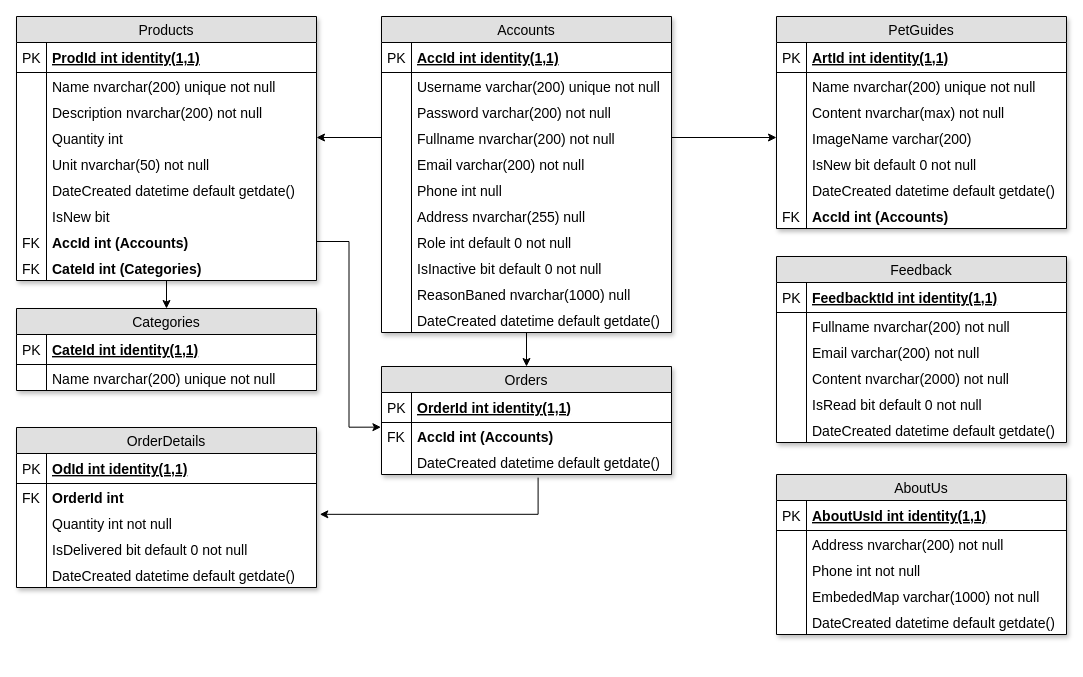
Earlier version of the draw.io diagram page "Database" (2 of 3) of PetCare-design-Phuong-PC.drawio (duyphuong403/PetCare). Source tidied: cells renumbered, new cells numbered last; positions are measured from the earlier drawing's top-left corner, leaving out a move shared by most shapes. Both pictures are drawn from the tidied source at 100%, with x=0, y=0 at pixel (16, 16).
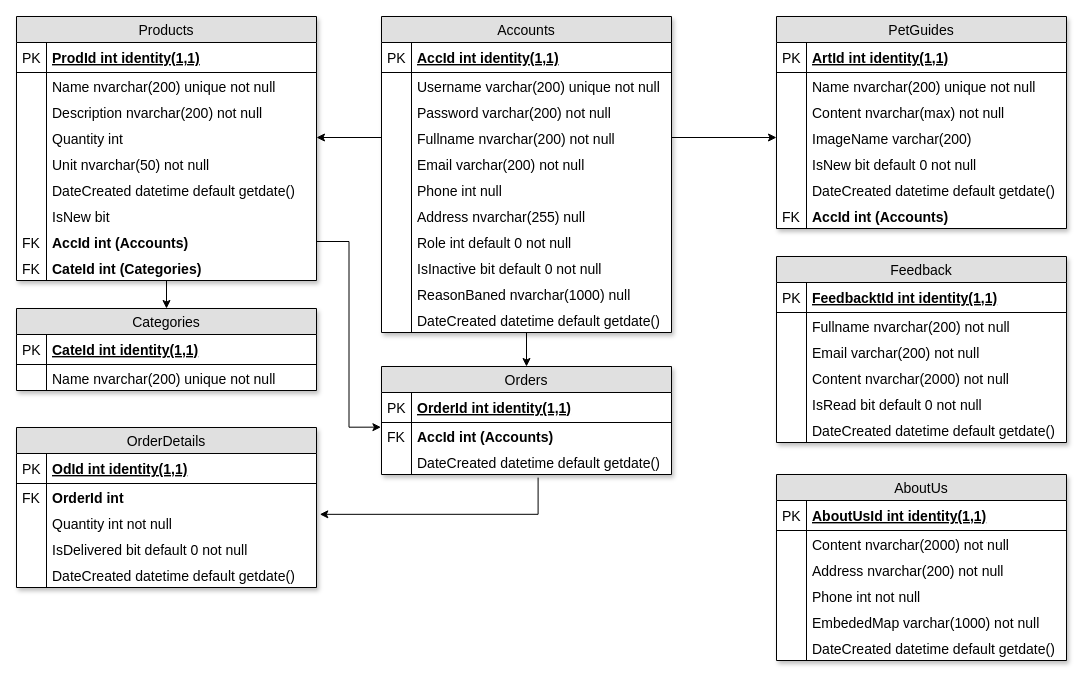
The same diagram, later.

What changed in the source:
```diff
@@
     <mxCell id="100" value="AboutUs" style="swimlane;fontStyle=0;horizontal=1;startSize=26;fillColor=#e0e0e0;swimlaneFillColor=#ffffff;align=center;fontSize=14;glass=0;rounded=0;swimlaneLine=1;shadow=1;comic=0;" parent="1" vertex="1">
-      <mxGeometry x="760" y="458" width="290" height="160" as="geometry" />
+      <mxGeometry x="760" y="458" width="290" height="186" as="geometry" />
     </mxCell>
@@
-    <mxCell id="103" value="Address nvarchar(200) not null" style="shape=partialRectangle;top=0;left=0;right=0;bottom=0;align=left;verticalAlign=top;fillColor=none;spacingLeft=34;spacingRight=4;overflow=hidden;fontSize=14;" parent="100" vertex="1">
+    <mxCell id="103" value="Content nvarchar(2000) not null" style="shape=partialRectangle;top=0;left=0;right=0;bottom=0;align=left;verticalAlign=top;fillColor=none;spacingLeft=34;spacingRight=4;overflow=hidden;fontSize=14;" parent="100" vertex="1">
       <mxGeometry y="56" width="290" height="26" as="geometry" />
     </mxCell>
@@
+    <mxCell id="112" value="Address nvarchar(200) not null" style="shape=partialRectangle;top=0;left=0;right=0;bottom=0;align=left;verticalAlign=top;fillColor=none;spacingLeft=34;spacingRight=4;overflow=hidden;fontSize=14;" parent="100" vertex="1">
+      <mxGeometry y="82" width="290" height="26" as="geometry" />
+    </mxCell>
+    <mxCell id="113" style="shape=partialRectangle;top=0;left=0;bottom=0;fillColor=none;align=left;verticalAlign=top;spacingLeft=4;spacingRight=4;overflow=hidden;fontSize=14;" parent="112" vertex="1">
+      <mxGeometry width="30" height="26" as="geometry" />
+    </mxCell>
     <mxCell id="105" value="Phone int not null" style="shape=partialRectangle;top=0;left=0;right=0;bottom=0;align=left;verticalAlign=top;fillColor=none;spacingLeft=34;spacingRight=4;overflow=hidden;fontSize=14;" parent="100" vertex="1">
-      <mxGeometry y="82" width="290" height="26" as="geometry" />
+      <mxGeometry y="108" width="290" height="26" as="geometry" />
     </mxCell>
@@
     <mxCell id="107" value="EmbededMap varchar(1000) not null" style="shape=partialRectangle;top=0;left=0;right=0;bottom=0;align=left;verticalAlign=top;fillColor=none;spacingLeft=34;spacingRight=4;overflow=hidden;fontSize=14;" parent="100" vertex="1">
-      <mxGeometry y="108" width="290" height="26" as="geometry" />
+      <mxGeometry y="134" width="290" height="26" as="geometry" />
     </mxCell>
@@
     <mxCell id="109" value="DateCreated datetime default getdate()" style="shape=partialRectangle;top=0;left=0;right=0;bottom=0;align=left;verticalAlign=top;fillColor=none;spacingLeft=34;spacingRight=4;overflow=hidden;fontSize=14;" parent="100" vertex="1">
-      <mxGeometry y="134" width="290" height="26" as="geometry" />
+      <mxGeometry y="160" width="290" height="26" as="geometry" />
     </mxCell>
```
